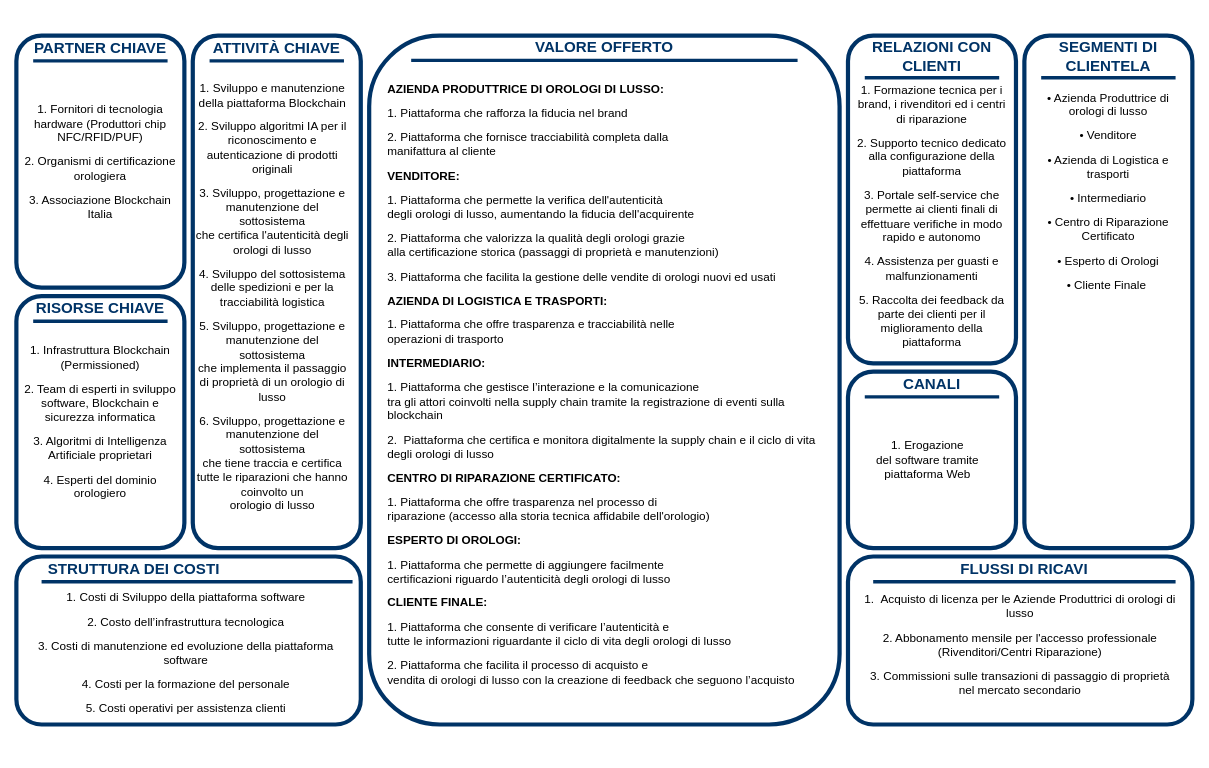
Before: Diagrammi/Capitolo3/CANVAS.drawio in Vittorio92/ProgettoSistemiInformativi, a draw.io diagram. Source tidied: cells renumbered, new cells numbered last; positions are measured from the earlier drawing's top-left corner, leaving out a move shared by most shapes. Both pictures are drawn from the tidied source at 84%, with x=0, y=0 at pixel (16, 14).
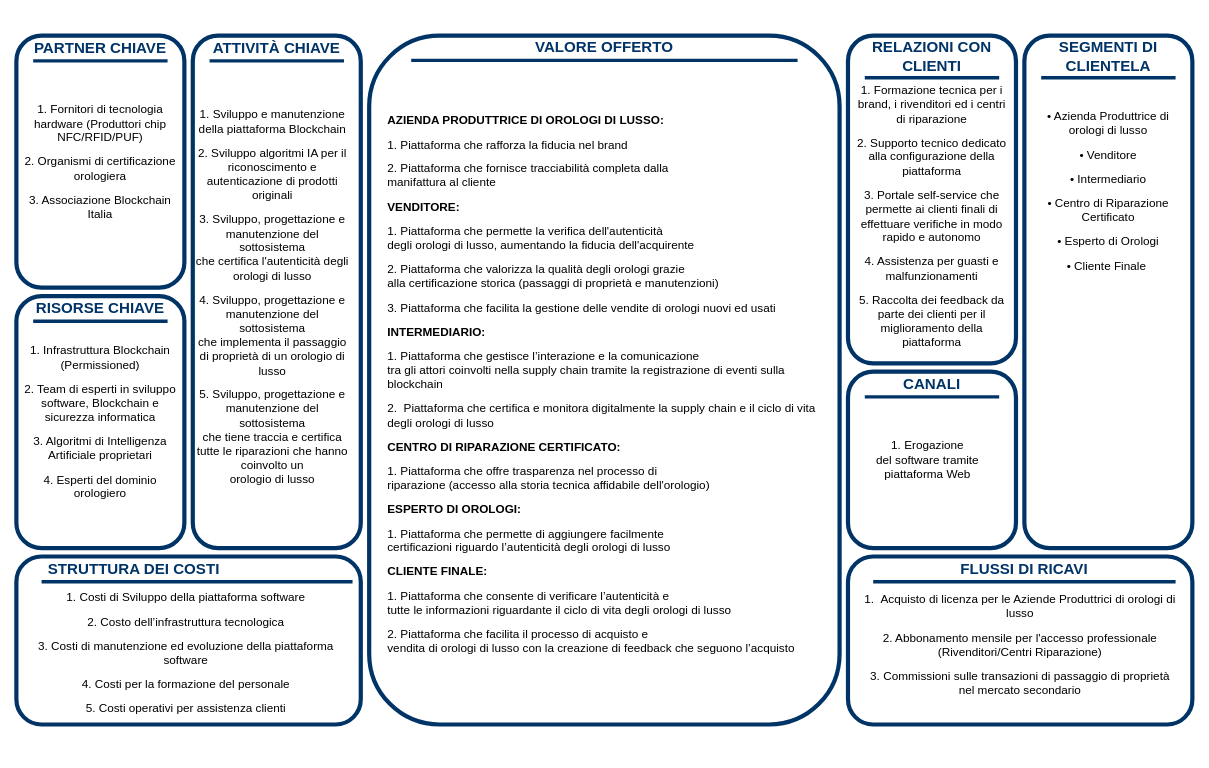
Above is the later version.

Commit message (it also covers changes not shown here):
Modifiche RoleDiagram e CANVAS

The edit, as a diff of the source:
```diff
@@
-    <mxCell id="30" value="&lt;p class=&quot;MsoNormal&quot;&gt;&lt;font style=&quot;color: rgb(0, 0, 0); font-size: 14px;&quot;&gt;1. Sviluppo e manutenzione della piattaforma Blockchain&lt;/font&gt;&lt;/p&gt;&lt;p class=&quot;MsoNormal&quot;&gt;&lt;/p&gt;&lt;div&gt;&lt;span style=&quot;color: rgb(0, 0, 0); font-size: 14px; background-color: transparent;&quot;&gt;2. Sviluppo algoritmi IA per il riconoscimento e&lt;/span&gt;&lt;/div&gt;&lt;font style=&quot;color: rgb(0, 0, 0); font-size: 14px;&quot;&gt;autenticazione di prodotti originali&lt;/font&gt;&lt;p&gt;&lt;/p&gt;&lt;p class=&quot;MsoNormal&quot;&gt;&lt;/p&gt;&lt;div&gt;&lt;span style=&quot;color: rgb(0, 0, 0); font-size: 14px; background-color: transparent;&quot;&gt;3. Sviluppo, progettazione e manutenzione del sottosistema&lt;/span&gt;&lt;/div&gt;&lt;font style=&quot;color: rgb(0, 0, 0); font-size: 14px;&quot;&gt;che certifica l'autenticità degli orologi di lusso&lt;/font&gt;&lt;p&gt;&lt;/p&gt;&lt;p class=&quot;MsoNormal&quot;&gt;&lt;/p&gt;&lt;div&gt;&lt;span style=&quot;color: rgb(0, 0, 0); font-size: 14px; background-color: transparent;&quot;&gt;4. Sviluppo del sottosistema delle spedizioni e per la&lt;/span&gt;&lt;/div&gt;&lt;font style=&quot;color: rgb(0, 0, 0); font-size: 14px;&quot;&gt;tracciabilità logistica&lt;/font&gt;&lt;p&gt;&lt;/p&gt;&lt;p class=&quot;MsoNormal&quot;&gt;&lt;/p&gt;&lt;div&gt;&lt;span style=&quot;color: rgb(0, 0, 0); font-size: 14px; background-color: transparent;&quot;&gt;5. Sviluppo, progettazione e manutenzione del sottosistema&lt;/span&gt;&lt;/div&gt;&lt;font style=&quot;color: rgb(0, 0, 0); font-size: 14px;&quot;&gt;che implementa il passaggio di proprietà di un orologio di lusso&lt;/font&gt;&lt;p&gt;&lt;/p&gt;&lt;p class=&quot;MsoNormal&quot;&gt;&lt;/p&gt;&lt;div&gt;&lt;span style=&quot;color: rgb(0, 0, 0); font-size: 14px; background-color: transparent;&quot;&gt;6. Sviluppo, progettazione e manutenzione del sottosistema&lt;/span&gt;&lt;/div&gt;&lt;font style=&quot;color: rgb(0, 0, 0); font-size: 14px;&quot;&gt;&lt;div&gt;&lt;span style=&quot;background-color: transparent;&quot;&gt;che tiene traccia e certifica tutte le riparazioni che hanno coinvolto un&lt;/span&gt;&lt;/div&gt;&lt;div&gt;&lt;span style=&quot;background-color: transparent;&quot;&gt;orologio di lusso&lt;/span&gt;&lt;/div&gt;&lt;/font&gt;" style="text;html=1;whiteSpace=wrap;strokeColor=none;fillColor=none;align=center;verticalAlign=middle;rounded=0;" parent="1" vertex="1">
+    <mxCell id="30" value="&lt;p class=&quot;MsoNormal&quot;&gt;&lt;font style=&quot;color: rgb(0, 0, 0); font-size: 14px;&quot;&gt;1. Sviluppo e manutenzione della piattaforma Blockchain&lt;/font&gt;&lt;/p&gt;&lt;p class=&quot;MsoNormal&quot;&gt;&lt;/p&gt;&lt;div&gt;&lt;span style=&quot;color: rgb(0, 0, 0); font-size: 14px; background-color: transparent;&quot;&gt;2. Sviluppo algoritmi IA per il riconoscimento e&lt;/span&gt;&lt;/div&gt;&lt;font style=&quot;color: rgb(0, 0, 0); font-size: 14px;&quot;&gt;autenticazione di prodotti originali&lt;/font&gt;&lt;p&gt;&lt;/p&gt;&lt;p class=&quot;MsoNormal&quot;&gt;&lt;/p&gt;&lt;div&gt;&lt;span style=&quot;color: rgb(0, 0, 0); font-size: 14px; background-color: transparent;&quot;&gt;3. Sviluppo, progettazione e manutenzione del sottosistema&lt;/span&gt;&lt;/div&gt;&lt;font style=&quot;color: rgb(0, 0, 0); font-size: 14px;&quot;&gt;che certifica l'autenticità degli orologi di lusso&lt;/font&gt;&lt;p&gt;&lt;/p&gt;&lt;p class=&quot;MsoNormal&quot;&gt;&lt;/p&gt;&lt;div&gt;&lt;span style=&quot;color: rgb(0, 0, 0); font-size: 14px; background-color: transparent;&quot;&gt;4. Sviluppo, progettazione e manutenzione del sottosistema&lt;/span&gt;&lt;/div&gt;&lt;font style=&quot;color: rgb(0, 0, 0); font-size: 14px;&quot;&gt;che implementa il passaggio di proprietà di un orologio di lusso&lt;/font&gt;&lt;p&gt;&lt;/p&gt;&lt;p class=&quot;MsoNormal&quot;&gt;&lt;/p&gt;&lt;div&gt;&lt;span style=&quot;color: rgb(0, 0, 0); font-size: 14px; background-color: transparent;&quot;&gt;5. Sviluppo, progettazione e manutenzione del sottosistema&lt;/span&gt;&lt;/div&gt;&lt;font style=&quot;color: rgb(0, 0, 0); font-size: 14px;&quot;&gt;&lt;div&gt;&lt;span style=&quot;background-color: transparent;&quot;&gt;che tiene traccia e certifica tutte le riparazioni che hanno coinvolto un&lt;/span&gt;&lt;/div&gt;&lt;div&gt;&lt;span style=&quot;background-color: transparent;&quot;&gt;orologio di lusso&lt;/span&gt;&lt;/div&gt;&lt;/font&gt;" style="text;html=1;whiteSpace=wrap;strokeColor=none;fillColor=none;align=center;verticalAlign=middle;rounded=0;" parent="1" vertex="1">
       <mxGeometry x="210" y="25" width="190" height="610" as="geometry" />
     </mxCell>
@@
-    <mxCell id="35" value="&lt;p class=&quot;MsoNormal&quot;&gt;&lt;font style=&quot;font-size: 14px; color: rgb(0, 0, 0);&quot;&gt;• Azienda Produttrice di orologi di lusso&lt;/font&gt;&lt;/p&gt;&lt;p class=&quot;MsoNormal&quot;&gt;&lt;font style=&quot;font-size: 14px; color: rgb(0, 0, 0);&quot;&gt;• Venditore&lt;/font&gt;&lt;/p&gt;&lt;p class=&quot;MsoNormal&quot;&gt;&lt;font style=&quot;font-size: 14px; color: rgb(0, 0, 0);&quot;&gt;• Azienda di Logistica e trasporti&lt;/font&gt;&lt;/p&gt;&lt;p class=&quot;MsoNormal&quot;&gt;&lt;font style=&quot;font-size: 14px; color: rgb(0, 0, 0);&quot;&gt;• Intermediario&lt;/font&gt;&lt;/p&gt;&lt;p class=&quot;MsoNormal&quot;&gt;&lt;font style=&quot;font-size: 14px; color: rgb(0, 0, 0);&quot;&gt;• Centro di Riparazione Certificato&lt;/font&gt;&lt;/p&gt;&lt;p class=&quot;MsoNormal&quot;&gt;&lt;font style=&quot;font-size: 14px; color: rgb(0, 0, 0);&quot;&gt;• Esperto di Orologi&lt;/font&gt;&lt;/p&gt;&lt;p class=&quot;MsoNormal&quot;&gt;&lt;font style=&quot;font-size: 14px; color: rgb(0, 0, 0);&quot;&gt;• Cliente Finale&amp;nbsp;&lt;/font&gt;&lt;/p&gt;" style="text;html=1;whiteSpace=wrap;strokeColor=none;fillColor=none;align=center;verticalAlign=middle;rounded=0;" parent="1" vertex="1">
+    <mxCell id="35" value="&lt;p class=&quot;MsoNormal&quot;&gt;&lt;font style=&quot;font-size: 14px; color: rgb(0, 0, 0);&quot;&gt;• Azienda Produttrice di orologi di lusso&lt;/font&gt;&lt;/p&gt;&lt;p class=&quot;MsoNormal&quot;&gt;&lt;font style=&quot;font-size: 14px; color: rgb(0, 0, 0);&quot;&gt;• Venditore&lt;/font&gt;&lt;/p&gt;&lt;p class=&quot;MsoNormal&quot;&gt;&lt;font style=&quot;font-size: 14px; color: rgb(0, 0, 0);&quot;&gt;• Intermediario&lt;/font&gt;&lt;/p&gt;&lt;p class=&quot;MsoNormal&quot;&gt;&lt;font style=&quot;font-size: 14px; color: rgb(0, 0, 0);&quot;&gt;• Centro di Riparazione Certificato&lt;/font&gt;&lt;/p&gt;&lt;p class=&quot;MsoNormal&quot;&gt;&lt;font style=&quot;font-size: 14px; color: rgb(0, 0, 0);&quot;&gt;• Esperto di Orologi&lt;/font&gt;&lt;/p&gt;&lt;p class=&quot;MsoNormal&quot;&gt;&lt;font style=&quot;font-size: 14px; color: rgb(0, 0, 0);&quot;&gt;• Cliente Finale&amp;nbsp;&lt;/font&gt;&lt;/p&gt;" style="text;html=1;whiteSpace=wrap;strokeColor=none;fillColor=none;align=center;verticalAlign=middle;rounded=0;" parent="1" vertex="1">
       <mxGeometry x="1205" y="5" width="190" height="410" as="geometry" />
     </mxCell>
@@
-    <mxCell id="37" value="&lt;p class=&quot;MsoNormal&quot;&gt;&lt;b&gt;&lt;font style=&quot;font-size: 14px; color: rgb(0, 0, 0);&quot;&gt;AZIENDA PRODUTTRICE DI OROLOGI DI LUSSO:&lt;/font&gt;&lt;/b&gt;&lt;/p&gt;&lt;p class=&quot;MsoNormal&quot;&gt;&lt;font style=&quot;font-size: 14px; color: rgb(0, 0, 0);&quot;&gt;1. Piattaforma che rafforza la fiducia nel brand&lt;/font&gt;&lt;/p&gt;&lt;p class=&quot;MsoNormal&quot;&gt;&lt;font style=&quot;font-size: 14px; color: rgb(0, 0, 0);&quot;&gt;2. Piattaforma che fornisce tracciabilità completa dalla&lt;br&gt;manifattura al cliente&lt;/font&gt;&lt;/p&gt;&lt;p class=&quot;MsoNormal&quot;&gt;&lt;b&gt;&lt;font style=&quot;font-size: 14px; color: rgb(0, 0, 0);&quot;&gt;VENDITORE:&lt;/font&gt;&lt;/b&gt;&lt;/p&gt;&lt;p class=&quot;MsoNormal&quot;&gt;&lt;font style=&quot;font-size: 14px; color: rgb(0, 0, 0);&quot;&gt;1. Piattaforma che permette la verifica dell'autenticità&lt;br&gt;degli orologi di lusso, aumentando la fiducia dell'acquirente&lt;/font&gt;&lt;/p&gt;&lt;p class=&quot;MsoNormal&quot;&gt;&lt;font style=&quot;font-size: 14px; color: rgb(0, 0, 0);&quot;&gt;2. Piattaforma che valorizza la qualità degli orologi grazie&lt;br&gt;alla certificazione storica (passaggi di proprietà e manutenzioni)&lt;/font&gt;&lt;/p&gt;&lt;p class=&quot;MsoNormal&quot;&gt;&lt;font style=&quot;font-size: 14px; color: rgb(0, 0, 0);&quot;&gt;3. Piattaforma che facilita la gestione delle vendite di orologi nuovi ed usati&lt;/font&gt;&lt;/p&gt;&lt;p class=&quot;MsoNormal&quot;&gt;&lt;b&gt;&lt;font style=&quot;font-size: 14px; color: rgb(0, 0, 0);&quot;&gt;AZIENDA DI LOGISTICA E TRASPORTI:&lt;/font&gt;&lt;/b&gt;&lt;/p&gt;&lt;p class=&quot;MsoNormal&quot;&gt;&lt;font style=&quot;font-size: 14px; color: rgb(0, 0, 0);&quot;&gt;1. Piattaforma che offre trasparenza e tracciabilità nelle&lt;br&gt;operazioni di trasporto&lt;/font&gt;&lt;/p&gt;&lt;p class=&quot;MsoNormal&quot;&gt;&lt;b&gt;&lt;font style=&quot;font-size: 14px; color: rgb(0, 0, 0);&quot;&gt;INTERMEDIARIO:&lt;/font&gt;&lt;/b&gt;&lt;/p&gt;&lt;p class=&quot;MsoNormal&quot;&gt;&lt;font style=&quot;font-size: 14px; color: rgb(0, 0, 0);&quot;&gt;1. Piattaforma che gestisce l’interazione e la comunicazione&lt;br&gt;tra gli attori coinvolti nella supply chain tramite la registrazione di eventi sulla blockchain&lt;/font&gt;&lt;/p&gt;&lt;p class=&quot;MsoNormal&quot;&gt;&lt;font style=&quot;font-size: 14px; color: rgb(0, 0, 0);&quot;&gt;2.&amp;nbsp; Piattaforma che certifica e monitora digitalmente la supply chain e il ciclo di vita degli orologi di lusso&lt;/font&gt;&lt;/p&gt;&lt;p class=&quot;MsoNormal&quot;&gt;&lt;b&gt;&lt;font style=&quot;font-size: 14px; color: rgb(0, 0, 0);&quot;&gt;CENTRO DI RIPARAZIONE CERTIFICATO:&lt;/font&gt;&lt;/b&gt;&lt;/p&gt;&lt;p class=&quot;MsoNormal&quot;&gt;&lt;font style=&quot;font-size: 14px; color: rgb(0, 0, 0);&quot;&gt;1. Piattaforma che offre trasparenza nel processo di&lt;br&gt;riparazione (accesso alla storia tecnica affidabile dell'orologio)&lt;/font&gt;&lt;/p&gt;&lt;p class=&quot;MsoNormal&quot;&gt;&lt;b&gt;&lt;font style=&quot;font-size: 14px; color: rgb(0, 0, 0);&quot;&gt;ESPERTO DI OROLOGI:&lt;/font&gt;&lt;/b&gt;&lt;/p&gt;&lt;p class=&quot;MsoNormal&quot;&gt;&lt;font style=&quot;font-size: 14px; color: rgb(0, 0, 0);&quot;&gt;1. Piattaforma che permette di aggiungere facilmente&lt;br&gt;certificazioni riguardo l’autenticità degli orologi di lusso&lt;/font&gt;&lt;/p&gt;&lt;p class=&quot;MsoNormal&quot;&gt;&lt;b&gt;&lt;font style=&quot;font-size: 14px; color: rgb(0, 0, 0);&quot;&gt;CLIENTE FINALE:&lt;/font&gt;&lt;/b&gt;&lt;/p&gt;&lt;p class=&quot;MsoNormal&quot;&gt;&lt;font style=&quot;font-size: 14px; color: rgb(0, 0, 0);&quot;&gt;1. Piattaforma che consente di verificare l’autenticità e&lt;br&gt;tutte le informazioni riguardante il ciclo di vita degli orologi di lusso&lt;/font&gt;&lt;/p&gt;&lt;p class=&quot;MsoNormal&quot;&gt;&lt;font style=&quot;font-size: 14px; color: rgb(0, 0, 0);&quot;&gt;2. Piattaforma che facilita il processo di acquisto e&lt;br&gt;vendita di orologi di lusso con la creazione di feedback che seguono l’acquisto&lt;/font&gt;&lt;/p&gt;" style="text;html=1;whiteSpace=wrap;strokeColor=none;fillColor=none;align=left;verticalAlign=middle;rounded=0;" parent="1" vertex="1">
+    <mxCell id="37" value="&lt;p class=&quot;MsoNormal&quot;&gt;&lt;b&gt;&lt;font style=&quot;font-size: 14px; color: rgb(0, 0, 0);&quot;&gt;AZIENDA PRODUTTRICE DI OROLOGI DI LUSSO:&lt;/font&gt;&lt;/b&gt;&lt;/p&gt;&lt;p class=&quot;MsoNormal&quot;&gt;&lt;font style=&quot;font-size: 14px; color: rgb(0, 0, 0);&quot;&gt;1. Piattaforma che rafforza la fiducia nel brand&lt;/font&gt;&lt;/p&gt;&lt;p class=&quot;MsoNormal&quot;&gt;&lt;font style=&quot;font-size: 14px; color: rgb(0, 0, 0);&quot;&gt;2. Piattaforma che fornisce tracciabilità completa dalla&lt;br&gt;manifattura al cliente&lt;/font&gt;&lt;/p&gt;&lt;p class=&quot;MsoNormal&quot;&gt;&lt;b&gt;&lt;font style=&quot;font-size: 14px; color: rgb(0, 0, 0);&quot;&gt;VENDITORE:&lt;/font&gt;&lt;/b&gt;&lt;/p&gt;&lt;p class=&quot;MsoNormal&quot;&gt;&lt;font style=&quot;font-size: 14px; color: rgb(0, 0, 0);&quot;&gt;1. Piattaforma che permette la verifica dell'autenticità&lt;br&gt;degli orologi di lusso, aumentando la fiducia dell'acquirente&lt;/font&gt;&lt;/p&gt;&lt;p class=&quot;MsoNormal&quot;&gt;&lt;font style=&quot;font-size: 14px; color: rgb(0, 0, 0);&quot;&gt;2. Piattaforma che valorizza la qualità degli orologi grazie&lt;br&gt;alla certificazione storica (passaggi di proprietà e manutenzioni)&lt;/font&gt;&lt;/p&gt;&lt;p class=&quot;MsoNormal&quot;&gt;&lt;font style=&quot;font-size: 14px; color: rgb(0, 0, 0);&quot;&gt;3. Piattaforma che facilita la gestione delle vendite di orologi nuovi ed usati&lt;/font&gt;&lt;/p&gt;&lt;p class=&quot;MsoNormal&quot;&gt;&lt;b&gt;&lt;font style=&quot;font-size: 14px; color: rgb(0, 0, 0);&quot;&gt;INTERMEDIARIO:&lt;/font&gt;&lt;/b&gt;&lt;/p&gt;&lt;p class=&quot;MsoNormal&quot;&gt;&lt;font style=&quot;font-size: 14px; color: rgb(0, 0, 0);&quot;&gt;1. Piattaforma che gestisce l’interazione e la comunicazione&lt;br&gt;tra gli attori coinvolti nella supply chain tramite la registrazione di eventi sulla blockchain&lt;/font&gt;&lt;/p&gt;&lt;p class=&quot;MsoNormal&quot;&gt;&lt;font style=&quot;font-size: 14px; color: rgb(0, 0, 0);&quot;&gt;2.&amp;nbsp; Piattaforma che certifica e monitora digitalmente la supply chain e il ciclo di vita degli orologi di lusso&lt;/font&gt;&lt;/p&gt;&lt;p class=&quot;MsoNormal&quot;&gt;&lt;b&gt;&lt;font style=&quot;font-size: 14px; color: rgb(0, 0, 0);&quot;&gt;CENTRO DI RIPARAZIONE CERTIFICATO:&lt;/font&gt;&lt;/b&gt;&lt;/p&gt;&lt;p class=&quot;MsoNormal&quot;&gt;&lt;font style=&quot;font-size: 14px; color: rgb(0, 0, 0);&quot;&gt;1. Piattaforma che offre trasparenza nel processo di&lt;br&gt;riparazione (accesso alla storia tecnica affidabile dell'orologio)&lt;/font&gt;&lt;/p&gt;&lt;p class=&quot;MsoNormal&quot;&gt;&lt;b&gt;&lt;font style=&quot;font-size: 14px; color: rgb(0, 0, 0);&quot;&gt;ESPERTO DI OROLOGI:&lt;/font&gt;&lt;/b&gt;&lt;/p&gt;&lt;p class=&quot;MsoNormal&quot;&gt;&lt;font style=&quot;font-size: 14px; color: rgb(0, 0, 0);&quot;&gt;1. Piattaforma che permette di aggiungere facilmente&lt;br&gt;certificazioni riguardo l’autenticità degli orologi di lusso&lt;/font&gt;&lt;/p&gt;&lt;p class=&quot;MsoNormal&quot;&gt;&lt;b&gt;&lt;font style=&quot;font-size: 14px; color: rgb(0, 0, 0);&quot;&gt;CLIENTE FINALE:&lt;/font&gt;&lt;/b&gt;&lt;/p&gt;&lt;p class=&quot;MsoNormal&quot;&gt;&lt;font style=&quot;font-size: 14px; color: rgb(0, 0, 0);&quot;&gt;1. Piattaforma che consente di verificare l’autenticità e&lt;br&gt;tutte le informazioni riguardante il ciclo di vita degli orologi di lusso&lt;/font&gt;&lt;/p&gt;&lt;p class=&quot;MsoNormal&quot;&gt;&lt;font style=&quot;font-size: 14px; color: rgb(0, 0, 0);&quot;&gt;2. Piattaforma che facilita il processo di acquisto e&lt;br&gt;vendita di orologi di lusso con la creazione di feedback che seguono l’acquisto&lt;/font&gt;&lt;/p&gt;" style="text;html=1;whiteSpace=wrap;strokeColor=none;fillColor=none;align=left;verticalAlign=middle;rounded=0;" parent="1" vertex="1">
       <mxGeometry x="440" width="540" height="880" as="geometry" />
     </mxCell>
```
